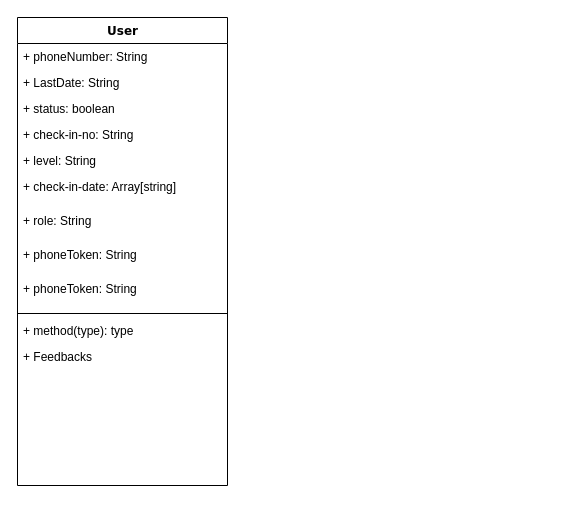
Above: assets/Untitled Diagram.drawio in PETER-VO/holidaybuffet-mobileapp (draw.io), before the change. Source tidied: cells renumbered, new cells numbered last; positions are measured from the earlier drawing's top-left corner, leaving out a move shared by most shapes. Both pictures are drawn from the tidied source at 100%, with x=0, y=0 at pixel (17, 17).
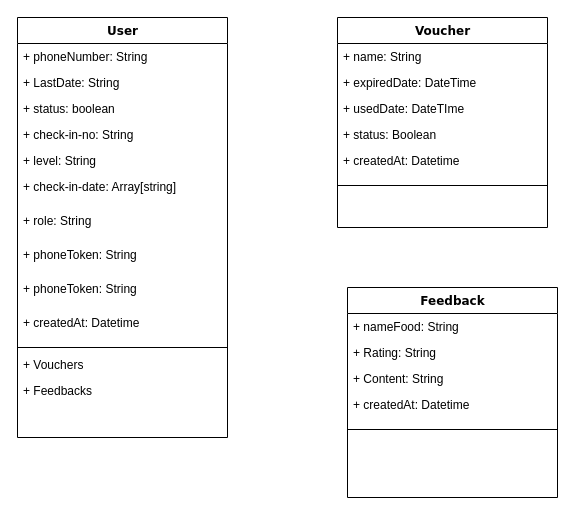
The same page after the edit.

Diff of the diagram source:
```diff
@@
     <mxCell id="2" value="User&lt;br&gt;" style="swimlane;html=1;fontStyle=1;align=center;verticalAlign=top;horizontal=1;startSize=26;swimlaneFillColor=#ffffff;rounded=0;shadow=0;comic=0;labelBackgroundColor=none;strokeWidth=1;fillColor=none;fontFamily=Verdana;fontSize=12;" parent="1" vertex="1">
-      <mxGeometry width="210" height="468" as="geometry" />
+      <mxGeometry width="210" height="420" as="geometry" />
     </mxCell>
@@
+    <mxCell id="15" value="+ createdAt: Datetime&lt;br&gt;" style="text;html=1;strokeColor=none;fillColor=none;align=left;verticalAlign=top;spacingLeft=4;spacingRight=4;whiteSpace=wrap;overflow=hidden;" parent="2" vertex="1">
+      <mxGeometry y="292" width="210" height="34" as="geometry" />
+    </mxCell>
     <mxCell id="12" style="line;html=1;strokeWidth=1;fillColor=none;align=left;verticalAlign=middle;spacingTop=-1;spacingLeft=3;spacingRight=3;labelPosition=right;" parent="2" vertex="1">
-      <mxGeometry y="292" width="210" height="8" as="geometry" />
+      <mxGeometry y="326" width="210" height="8" as="geometry" />
     </mxCell>
-    <mxCell id="13" value="+ method(type): type" style="text;html=1;strokeColor=none;fillColor=none;align=left;verticalAlign=top;spacingLeft=4;spacingRight=4;whiteSpace=wrap;overflow=hidden;" parent="2" vertex="1">
-      <mxGeometry y="300" width="210" height="26" as="geometry" />
+    <mxCell id="13" value="+ Vouchers&lt;br&gt;" style="text;html=1;strokeColor=none;fillColor=none;align=left;verticalAlign=top;spacingLeft=4;spacingRight=4;whiteSpace=wrap;overflow=hidden;" parent="2" vertex="1">
+      <mxGeometry y="334" width="210" height="26" as="geometry" />
     </mxCell>
     <mxCell id="14" value="+ Feedbacks&lt;br&gt;" style="text;html=1;strokeColor=none;fillColor=none;align=left;verticalAlign=top;spacingLeft=4;spacingRight=4;whiteSpace=wrap;overflow=hidden;" parent="2" vertex="1">
-      <mxGeometry y="326" width="210" height="26" as="geometry" />
+      <mxGeometry y="360" width="210" height="26" as="geometry" />
     </mxCell>
+    <mxCell id="16" value="Voucher&lt;br&gt;" style="swimlane;html=1;fontStyle=1;align=center;verticalAlign=top;horizontal=1;startSize=26;swimlaneFillColor=#ffffff;rounded=0;shadow=0;comic=0;labelBackgroundColor=none;strokeWidth=1;fillColor=none;fontFamily=Verdana;fontSize=12;" parent="1" vertex="1">
+      <mxGeometry x="320" width="210" height="210" as="geometry" />
+    </mxCell>
+    <mxCell id="17" value="+ name: String" style="text;html=1;strokeColor=none;fillColor=none;align=left;verticalAlign=top;spacingLeft=4;spacingRight=4;whiteSpace=wrap;overflow=hidden;" parent="16" vertex="1">
+      <mxGeometry y="26" width="210" height="26" as="geometry" />
+    </mxCell>
+    <mxCell id="18" value="+ expiredDate: DateTime" style="text;html=1;strokeColor=none;fillColor=none;align=left;verticalAlign=top;spacingLeft=4;spacingRight=4;whiteSpace=wrap;overflow=hidden;" parent="16" vertex="1">
+      <mxGeometry y="52" width="210" height="26" as="geometry" />
+    </mxCell>
+    <mxCell id="19" value="+ usedDate: DateTIme" style="text;html=1;strokeColor=none;fillColor=none;align=left;verticalAlign=top;spacingLeft=4;spacingRight=4;whiteSpace=wrap;overflow=hidden;" parent="16" vertex="1">
+      <mxGeometry y="78" width="210" height="26" as="geometry" />
+    </mxCell>
+    <mxCell id="20" value="+ status: Boolean&lt;br&gt;" style="text;html=1;strokeColor=none;fillColor=none;align=left;verticalAlign=top;spacingLeft=4;spacingRight=4;whiteSpace=wrap;overflow=hidden;" parent="16" vertex="1">
+      <mxGeometry y="104" width="210" height="26" as="geometry" />
+    </mxCell>
+    <mxCell id="21" value="+ createdAt: Datetime&lt;br&gt;" style="text;html=1;strokeColor=none;fillColor=none;align=left;verticalAlign=top;spacingLeft=4;spacingRight=4;whiteSpace=wrap;overflow=hidden;" parent="16" vertex="1">
+      <mxGeometry y="130" width="210" height="34" as="geometry" />
+    </mxCell>
+    <mxCell id="22" style="line;html=1;strokeWidth=1;fillColor=none;align=left;verticalAlign=middle;spacingTop=-1;spacingLeft=3;spacingRight=3;labelPosition=right;" parent="16" vertex="1">
+      <mxGeometry y="164" width="210" height="8" as="geometry" />
+    </mxCell>
+    <mxCell id="23" value="Feedback&lt;br&gt;" style="swimlane;html=1;fontStyle=1;align=center;verticalAlign=top;horizontal=1;startSize=26;swimlaneFillColor=#ffffff;rounded=0;shadow=0;comic=0;labelBackgroundColor=none;strokeWidth=1;fillColor=none;fontFamily=Verdana;fontSize=12;" parent="1" vertex="1">
+      <mxGeometry x="330" y="270" width="210" height="210" as="geometry" />
+    </mxCell>
+    <mxCell id="24" value="+ nameFood: String" style="text;html=1;strokeColor=none;fillColor=none;align=left;verticalAlign=top;spacingLeft=4;spacingRight=4;whiteSpace=wrap;overflow=hidden;" parent="23" vertex="1">
+      <mxGeometry y="26" width="210" height="26" as="geometry" />
+    </mxCell>
+    <mxCell id="25" value="+ Rating: String" style="text;html=1;strokeColor=none;fillColor=none;align=left;verticalAlign=top;spacingLeft=4;spacingRight=4;whiteSpace=wrap;overflow=hidden;" parent="23" vertex="1">
+      <mxGeometry y="52" width="210" height="26" as="geometry" />
+    </mxCell>
+    <mxCell id="26" value="+ Content: String" style="text;html=1;strokeColor=none;fillColor=none;align=left;verticalAlign=top;spacingLeft=4;spacingRight=4;whiteSpace=wrap;overflow=hidden;" parent="23" vertex="1">
+      <mxGeometry y="78" width="210" height="26" as="geometry" />
+    </mxCell>
+    <mxCell id="27" value="+ createdAt: Datetime&lt;br&gt;" style="text;html=1;strokeColor=none;fillColor=none;align=left;verticalAlign=top;spacingLeft=4;spacingRight=4;whiteSpace=wrap;overflow=hidden;" parent="23" vertex="1">
+      <mxGeometry y="104" width="210" height="34" as="geometry" />
+    </mxCell>
+    <mxCell id="28" style="line;html=1;strokeWidth=1;fillColor=none;align=left;verticalAlign=middle;spacingTop=-1;spacingLeft=3;spacingRight=3;labelPosition=right;" parent="23" vertex="1">
+      <mxGeometry y="138" width="210" height="8" as="geometry" />
+    </mxCell>
```
